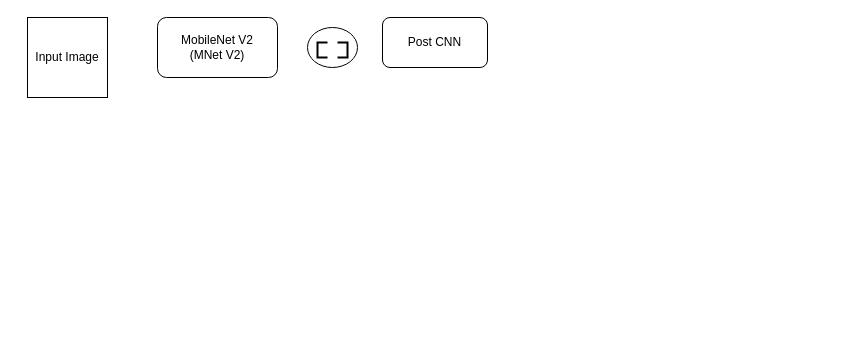
Earlier version of the draw.io diagram Assignment 3/Diagram1.drawio (SumaiyaTarannumNoor/Digital-Image-Processing). Source tidied: cells renumbered, new cells numbered last; positions are measured from the earlier drawing's top-left corner, leaving out a move shared by most shapes. Both pictures are drawn from the tidied source at 100%, with x=0, y=0 at pixel (27, 17).
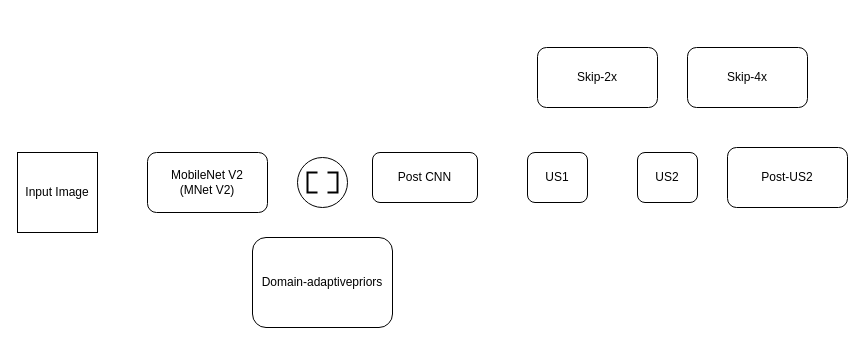
The same diagram, later.

What changed in the source:
```diff
@@
 <mxGraphModel>
   <root>
     <mxCell id="0" />
     <mxCell id="1" parent="0" />
     <mxCell id="2" value="Input Image" style="whiteSpace=wrap;html=1;" parent="1" vertex="1">
-      <mxGeometry width="80" height="80" as="geometry" />
+      <mxGeometry x="-10" y="135" width="80" height="80" as="geometry" />
     </mxCell>
     <mxCell id="3" value="MobileNet V2&lt;div&gt;(MNet V2)&lt;/div&gt;" style="rounded=1;whiteSpace=wrap;html=1;" parent="1" vertex="1">
-      <mxGeometry x="130" width="120" height="60" as="geometry" />
+      <mxGeometry x="120" y="135" width="120" height="60" as="geometry" />
     </mxCell>
     <mxCell id="4" style="verticalLabelPosition=bottom;verticalAlign=top;html=1;shape=mxgraph.flowchart.on-page_reference;" parent="1" vertex="1">
-      <mxGeometry x="280" y="10" width="50" height="40" as="geometry" />
+      <mxGeometry x="270" y="140" width="50" height="50" as="geometry" />
     </mxCell>
     <mxCell id="5" style="strokeWidth=2;html=1;shape=mxgraph.flowchart.annotation_1;align=left;" parent="1" vertex="1">
-      <mxGeometry x="290" y="25" width="10" height="15" as="geometry" />
+      <mxGeometry x="280" y="155" width="10" height="20" as="geometry" />
     </mxCell>
     <mxCell id="6" style="strokeWidth=2;html=1;shape=mxgraph.flowchart.annotation_1;align=left;rotation=-180;" parent="1" vertex="1">
-      <mxGeometry x="310" y="25" width="10" height="15" as="geometry" />
+      <mxGeometry x="300" y="155" width="10" height="20" as="geometry" />
     </mxCell>
     <mxCell id="7" value="Post CNN" style="rounded=1;whiteSpace=wrap;html=1;" parent="1" vertex="1">
-      <mxGeometry x="355" width="105" height="50" as="geometry" />
+      <mxGeometry x="345" y="135" width="105" height="50" as="geometry" />
     </mxCell>
+    <mxCell id="8" value="US2" style="rounded=1;whiteSpace=wrap;html=1;" parent="1" vertex="1">
+      <mxGeometry x="610" y="135" width="60" height="50" as="geometry" />
+    </mxCell>
+    <mxCell id="9" value="US1" style="rounded=1;whiteSpace=wrap;html=1;" parent="1" vertex="1">
+      <mxGeometry x="500" y="135" width="60" height="50" as="geometry" />
+    </mxCell>
+    <mxCell id="10" value="Post-US2" style="rounded=1;whiteSpace=wrap;html=1;" parent="1" vertex="1">
+      <mxGeometry x="700" y="130" width="120" height="60" as="geometry" />
+    </mxCell>
+    <mxCell id="11" value="Skip-2x" style="rounded=1;whiteSpace=wrap;html=1;" parent="1" vertex="1">
+      <mxGeometry x="510" y="30" width="120" height="60" as="geometry" />
+    </mxCell>
+    <mxCell id="12" value="Skip-4x" style="rounded=1;whiteSpace=wrap;html=1;" parent="1" vertex="1">
+      <mxGeometry x="660" y="30" width="120" height="60" as="geometry" />
+    </mxCell>
+    <mxCell id="13" value="Domain-adaptivepriors" style="rounded=1;whiteSpace=wrap;html=1;" parent="1" vertex="1">
+      <mxGeometry x="225" y="220" width="140" height="90" as="geometry" />
+    </mxCell>
   </root>
 </mxGraphModel>
```
